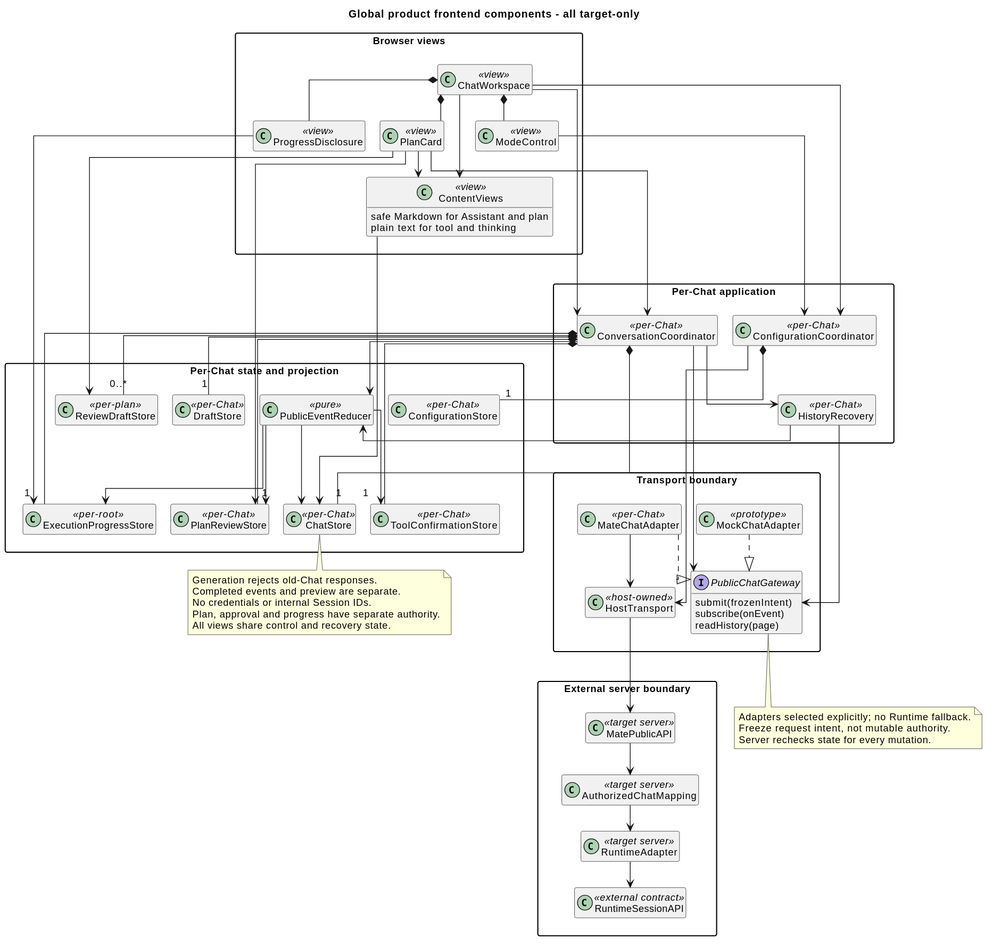
Earlier version of the PlantUML export 01-总体架构/04-CampusClaw前端体验/target_frontend_components.svg (ssm0808/pi-mono-java-design).
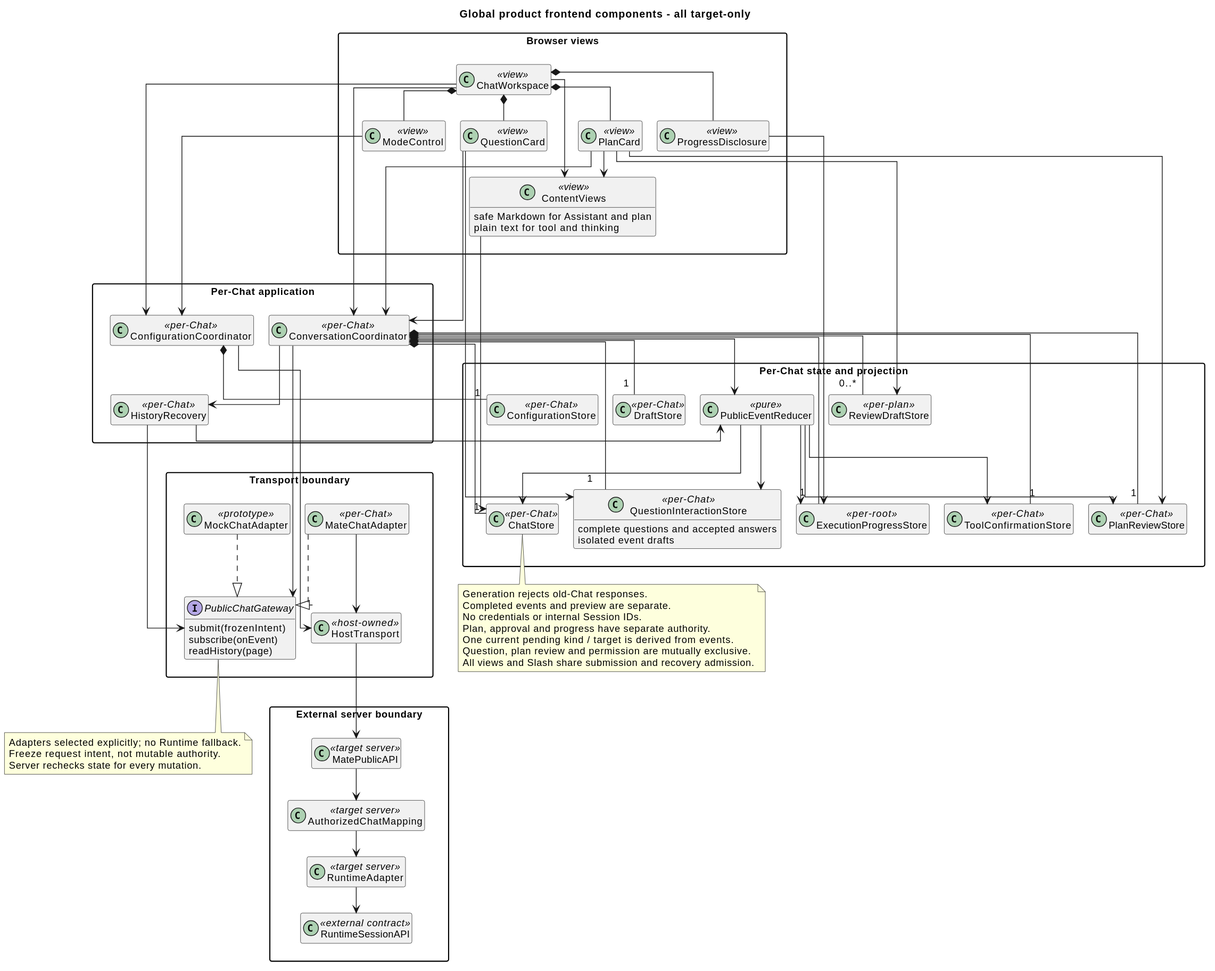
After the commit.

Diff of the diagram source:
```diff
@@ -14,6 +14,7 @@
 package "Browser views" as Views {
   class ChatWorkspace <<view>>
   class PlanCard <<view>>
+  class QuestionCard <<view>>
   class ModeControl <<view>>
   class ProgressDisclosure <<view>>
   class ContentViews <<view>> {
@@ -32,6 +33,10 @@
   class ToolConfirmationStore <<per-Chat>>
   class ConfigurationStore <<per-Chat>>
   class PlanReviewStore <<per-Chat>>
+  class QuestionInteractionStore <<per-Chat>> {
+    complete questions and accepted answers
+    isolated event drafts
+  }
   class ReviewDraftStore <<per-plan>>
   class ExecutionProgressStore <<per-root>>
   class PublicEventReducer <<pure>>
@@ -56,6 +61,9 @@
 ChatWorkspace -down-> ConfigurationCoordinator
 ChatWorkspace --> ContentViews
 ChatWorkspace *-down- PlanCard
+ChatWorkspace *-down- QuestionCard
+QuestionCard -down-> ConversationCoordinator
+QuestionCard --> QuestionInteractionStore
 ChatWorkspace *-down- ModeControl
 ChatWorkspace *-down- ProgressDisclosure
 PlanCard --> ContentViews
@@ -68,6 +76,7 @@
 ConversationCoordinator *-down- "1" ToolConfirmationStore
 ConversationCoordinator *-down- "1" ChatStore
 ConversationCoordinator *-down- "1" PlanReviewStore
+ConversationCoordinator *-down- "1" QuestionInteractionStore
 ConversationCoordinator *-down- "1" ExecutionProgressStore
 ConversationCoordinator *-down- "0..*" ReviewDraftStore
 ConversationCoordinator --> PublicChatGateway
@@ -78,6 +87,7 @@
 PublicEventReducer -down-> ChatStore
 PublicEventReducer -down-> ToolConfirmationStore
 PublicEventReducer -down-> PlanReviewStore
+PublicEventReducer -down-> QuestionInteractionStore
 PublicEventReducer -down-> ExecutionProgressStore
 ContentViews --> ChatStore
 ConfigurationCoordinator *-down- "1" ConfigurationStore
@@ -99,7 +109,9 @@
 Completed events and preview are separate.
 No credentials or internal Session IDs.
 Plan, approval and progress have separate authority.
-All views share control and recovery state.
+One current pending kind / target is derived from events.
+Question, plan review and permission are mutually exclusive.
+All views and Slash share submission and recovery admission.
 end note
 ContentViews -[hidden]down-> ConversationCoordinator
 ContentViews -[hidden]down-> ConfigurationCoordinator
```
